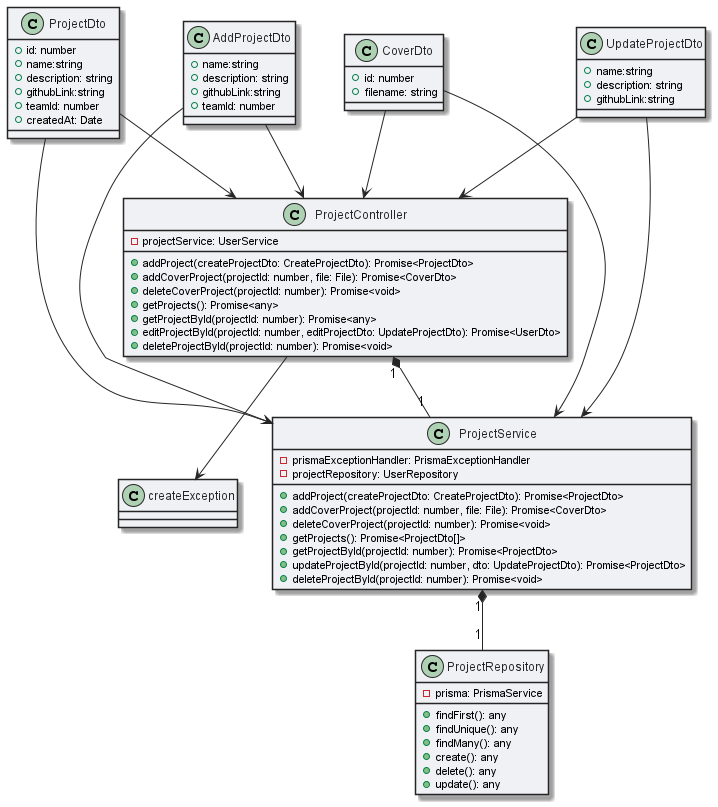
This is out/docs/diagrams/wsd/project/project_module.png from drDeepl/data-mining-lab-api-nest, a PlantUML export, as it was before one commit.
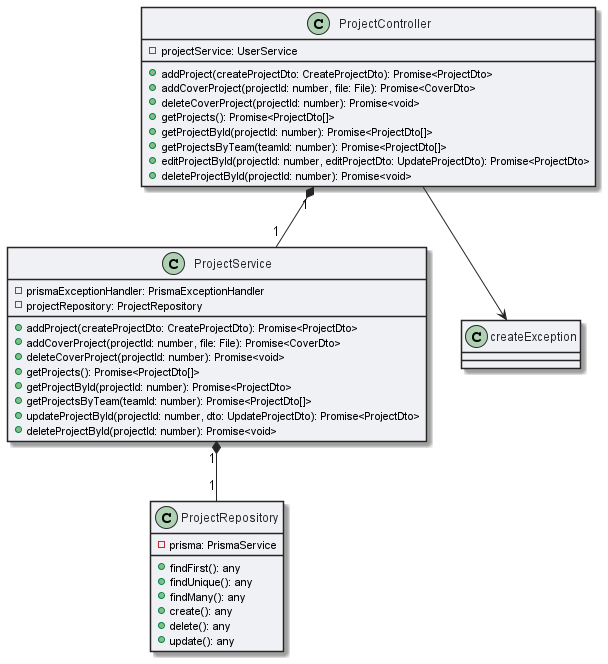
The same diagram one commit later.

What changed in the source:
```diff
@@ -5,33 +5,6 @@
 skinparam ClassBorderColor #252525
 skinparam ClassFontColor #252525
 
-class AddProjectDto{
-    + name:string
-    + description: string
-    + githubLink:string
-    + teamId: number
-}
-
-class UpdateProjectDto{
-    + name:string
-    + description: string
-    + githubLink:string
-}
-
-class ProjectDto{
-    + id: number
-    + name:string
-    + description: string
-    + githubLink:string
-    + teamId: number
-    + createdAt: Date
-
-}
-
-class CoverDto{
-    + id: number
-    + filename: string
-}
 
 class ProjectRepository {
   - prisma: PrismaService
@@ -48,12 +21,13 @@
 class ProjectService {
 
   - prismaExceptionHandler: PrismaExceptionHandler
-  - projectRepository: UserRepository
+  - projectRepository: ProjectRepository
   + addProject(createProjectDto: CreateProjectDto): Promise<ProjectDto>
   + addCoverProject(projectId: number, file: File): Promise<CoverDto>
   + deleteCoverProject(projectId: number): Promise<void>
   + getProjects(): Promise<ProjectDto[]>
   + getProjectById(projectId: number): Promise<ProjectDto>
+  + getProjectsByTeam(teamId: number): Promise<ProjectDto[]>
   + updateProjectById(projectId: number, dto: UpdateProjectDto): Promise<ProjectDto>
   + deleteProjectById(projectId: number): Promise<void>
 }
@@ -64,23 +38,15 @@
   + addProject(createProjectDto: CreateProjectDto): Promise<ProjectDto>
   + addCoverProject(projectId: number, file: File): Promise<CoverDto>
   + deleteCoverProject(projectId: number): Promise<void>
-  + getProjects(): Promise<any>
-  + getProjectById(projectId: number): Promise<any>
-  + editProjectById(projectId: number, editProjectDto: UpdateProjectDto): Promise<UserDto>
+  + getProjects(): Promise<ProjectDto[]>
+  + getProjectById(projectId: number): Promise<ProjectDto[]>
+  + getProjectsByTeam(teamId: number): Promise<ProjectDto[]>
+  + editProjectById(projectId: number, editProjectDto: UpdateProjectDto): Promise<ProjectDto>
   + deleteProjectById(projectId: number): Promise<void>
 }
 
 ProjectController "1" *-- "1" ProjectService
 ProjectController --> createException
-AddProjectDto --> ProjectController
-UpdateProjectDto --> ProjectController
-ProjectDto --> ProjectController
-CoverDto --> ProjectController
-
-AddProjectDto --> ProjectService
-UpdateProjectDto --> ProjectService
-ProjectDto --> ProjectService
-CoverDto --> ProjectService
 
 ProjectService "1" *-- "1" ProjectRepository
 @enduml
```
